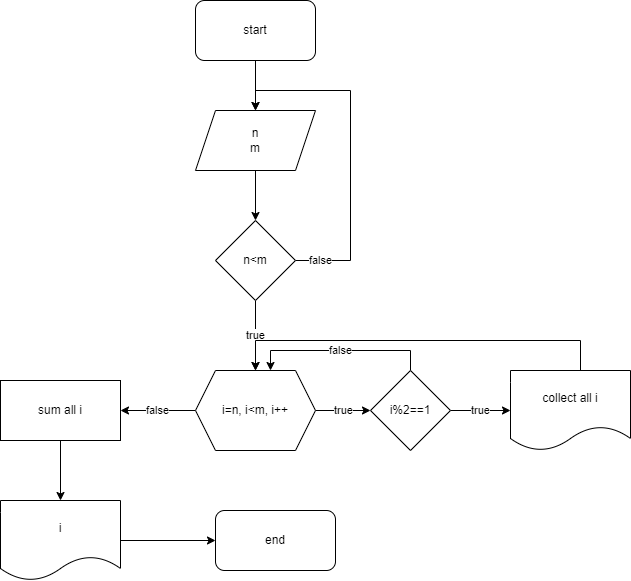
Before: Sum of i.png, a diagram exported from draw.io (rasulvh/Diagrams). Source tidied: cells renumbered, new cells last; positions are measured from the earlier drawing's top-left corner, leaving out a move shared by most shapes.
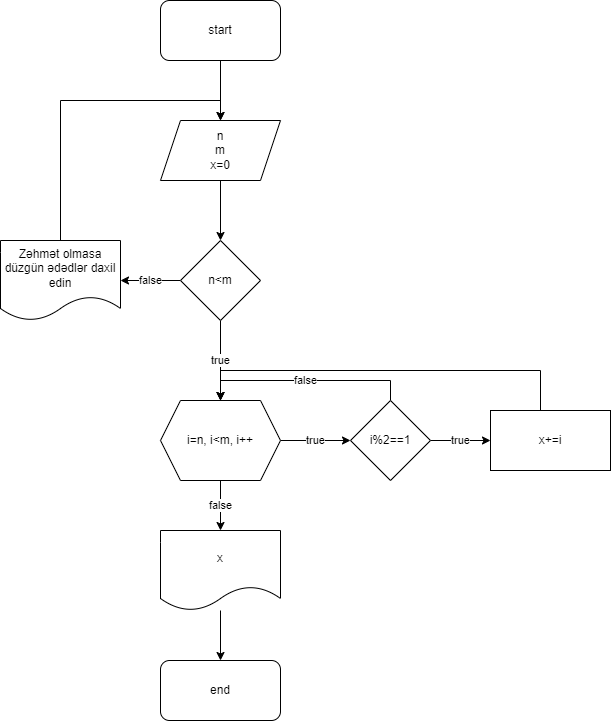
Later version of the same file.

The edit, as a diff of the source:
```diff
@@ -2,81 +2,80 @@
   <root>
     <mxCell id="0" />
     <mxCell id="1" parent="0" />
-    <mxCell id="2" style="edgeStyle=orthogonalEdgeStyle;rounded=0;jettySize=auto;html=1;" parent="1" edge="1" source="3" target="5">
-      <mxGeometry relative="1" as="geometry" />
-    </mxCell>
+    <mxCell id="22" style="edgeStyle=orthogonalEdgeStyle;rounded=0;jettySize=auto;html=1;" parent="1" edge="1" source="3" target="24">
+      <mxGeometry relative="1" as="geometry" />
+    </mxCell>
     <mxCell id="3" value="start" style="rounded=1;whiteSpace=wrap;html=1;" parent="1" vertex="1">
-      <mxGeometry x="195" width="120" height="60" as="geometry" />
+      <mxGeometry x="210" y="-180" width="120" height="60" as="geometry" />
     </mxCell>
-    <mxCell id="4" style="edgeStyle=orthogonalEdgeStyle;rounded=0;jettySize=auto;html=1;" parent="1" edge="1" source="5" target="8">
-      <mxGeometry relative="1" as="geometry" />
-    </mxCell>
-    <mxCell id="5" value="n&lt;br&gt;m" style="shape=parallelogram;perimeter=parallelogramPerimeter;whiteSpace=wrap;html=1;fixedSize=1;" parent="1" vertex="1">
-      <mxGeometry x="195" y="110" width="120" height="60" as="geometry" />
-    </mxCell>
-    <mxCell id="6" value="false" style="edgeStyle=orthogonalEdgeStyle;rounded=0;jettySize=auto;html=1;entryX=0.5;entryY=0;entryDx=0;entryDy=0;" parent="1" edge="1" source="8" target="5">
-      <mxGeometry x="-0.85" relative="1" as="geometry">
-        <Array as="points">
-          <mxPoint x="350" y="260" />
-          <mxPoint x="350" y="90" />
-          <mxPoint x="255" y="90" />
-        </Array>
-      </mxGeometry>
-    </mxCell>
+    <mxCell id="23" style="edgeStyle=orthogonalEdgeStyle;rounded=0;jettySize=auto;html=1;" parent="1" edge="1" source="24" target="8">
+      <mxGeometry relative="1" as="geometry" />
+    </mxCell>
+    <mxCell id="24" value="n&lt;br&gt;m&lt;br&gt;x=0" style="shape=parallelogram;perimeter=parallelogramPerimeter;whiteSpace=wrap;html=1;fixedSize=1;" parent="1" vertex="1">
+      <mxGeometry x="210" y="-60" width="120" height="60" as="geometry" />
+    </mxCell>
+    <mxCell id="25" value="false" style="edgeStyle=orthogonalEdgeStyle;rounded=0;jettySize=auto;html=1;" parent="1" edge="1" source="8" target="27">
+      <mxGeometry relative="1" as="geometry" />
+    </mxCell>
     <mxCell id="7" value="true" style="edgeStyle=orthogonalEdgeStyle;rounded=0;jettySize=auto;html=1;" parent="1" edge="1" source="8" target="11">
       <mxGeometry relative="1" as="geometry" />
     </mxCell>
     <mxCell id="8" value="n&amp;lt;m" style="rhombus;whiteSpace=wrap;html=1;" parent="1" vertex="1">
-      <mxGeometry x="215" y="220" width="80" height="80" as="geometry" />
+      <mxGeometry x="230" y="60" width="80" height="80" as="geometry" />
     </mxCell>
+    <mxCell id="26" style="edgeStyle=orthogonalEdgeStyle;rounded=0;jettySize=auto;html=1;entryX=0.5;entryY=0;entryDx=0;entryDy=0;" parent="1" edge="1" source="27" target="24">
+      <mxGeometry relative="1" as="geometry">
+        <Array as="points">
+          <mxPoint x="110" y="-80" />
+          <mxPoint x="270" y="-80" />
+        </Array>
+      </mxGeometry>
+    </mxCell>
+    <mxCell id="27" value="Zəhmət olmasa düzgün ədədlər daxil edin" style="shape=document;whiteSpace=wrap;html=1;boundedLbl=1;" parent="1" vertex="1">
+      <mxGeometry x="50" y="60" width="120" height="80" as="geometry" />
+    </mxCell>
     <mxCell id="9" value="true" style="edgeStyle=orthogonalEdgeStyle;rounded=0;jettySize=auto;html=1;" parent="1" edge="1" source="11" target="14">
       <mxGeometry relative="1" as="geometry" />
     </mxCell>
-    <mxCell id="10" value="false" style="edgeStyle=orthogonalEdgeStyle;rounded=0;jettySize=auto;html=1;" parent="1" edge="1" source="11" target="16">
-      <mxGeometry relative="1" as="geometry" />
-    </mxCell>
+    <mxCell id="28" value="false" style="edgeStyle=orthogonalEdgeStyle;rounded=0;jettySize=auto;html=1;" parent="1" edge="1" source="11" target="33">
+      <mxGeometry relative="1" as="geometry" />
+    </mxCell>
     <mxCell id="11" value="i=n, i&amp;lt;m, i++" style="shape=hexagon;perimeter=hexagonPerimeter2;whiteSpace=wrap;html=1;fixedSize=1;" parent="1" vertex="1">
-      <mxGeometry x="195" y="370" width="120" height="80" as="geometry" />
+      <mxGeometry x="210" y="220" width="120" height="80" as="geometry" />
     </mxCell>
-    <mxCell id="12" value="false" style="edgeStyle=orthogonalEdgeStyle;rounded=0;jettySize=auto;html=1;entryX=0.625;entryY=0;entryDx=0;entryDy=0;" parent="1" edge="1" source="14" target="11">
-      <mxGeometry relative="1" as="geometry">
-        <Array as="points">
-          <mxPoint x="410" y="350" />
-          <mxPoint x="270" y="350" />
-        </Array>
-      </mxGeometry>
-    </mxCell>
-    <mxCell id="13" value="true" style="edgeStyle=orthogonalEdgeStyle;rounded=0;jettySize=auto;html=1;" parent="1" edge="1" source="14" target="21">
-      <mxGeometry relative="1" as="geometry" />
-    </mxCell>
+    <mxCell id="6" value="false" style="edgeStyle=orthogonalEdgeStyle;rounded=0;jettySize=auto;html=1;entryX=0.5;entryY=0;entryDx=0;entryDy=0;" parent="1" edge="1" source="14" target="11">
+      <mxGeometry relative="1" as="geometry">
+        <Array as="points">
+          <mxPoint x="440" y="200" />
+          <mxPoint x="270" y="200" />
+        </Array>
+      </mxGeometry>
+    </mxCell>
+    <mxCell id="29" value="true" style="edgeStyle=orthogonalEdgeStyle;rounded=0;jettySize=auto;html=1;" parent="1" edge="1" source="14" target="31">
+      <mxGeometry relative="1" as="geometry" />
+    </mxCell>
     <mxCell id="14" value="i%2==1" style="rhombus;whiteSpace=wrap;html=1;" parent="1" vertex="1">
-      <mxGeometry x="370" y="370" width="80" height="80" as="geometry" />
+      <mxGeometry x="400" y="220" width="80" height="80" as="geometry" />
     </mxCell>
-    <mxCell id="15" style="edgeStyle=orthogonalEdgeStyle;rounded=0;jettySize=auto;html=1;" parent="1" edge="1" source="16" target="18">
-      <mxGeometry relative="1" as="geometry" />
-    </mxCell>
-    <mxCell id="16" value="sum all i" style="whiteSpace=wrap;html=1;" parent="1" vertex="1">
-      <mxGeometry y="380" width="120" height="60" as="geometry" />
-    </mxCell>
-    <mxCell id="17" style="edgeStyle=orthogonalEdgeStyle;rounded=0;jettySize=auto;html=1;" parent="1" edge="1" source="18" target="19">
-      <mxGeometry relative="1" as="geometry" />
-    </mxCell>
-    <mxCell id="18" value="i" style="shape=document;whiteSpace=wrap;html=1;boundedLbl=1;" parent="1" vertex="1">
-      <mxGeometry y="500" width="120" height="80" as="geometry" />
-    </mxCell>
+    <mxCell id="30" style="edgeStyle=orthogonalEdgeStyle;rounded=0;jettySize=auto;html=1;entryX=0.5;entryY=0;entryDx=0;entryDy=0;" parent="1" edge="1" source="31" target="11">
+      <mxGeometry relative="1" as="geometry">
+        <Array as="points">
+          <mxPoint x="590" y="190" />
+          <mxPoint x="270" y="190" />
+        </Array>
+      </mxGeometry>
+    </mxCell>
+    <mxCell id="31" value="x+=i" style="whiteSpace=wrap;html=1;" parent="1" vertex="1">
+      <mxGeometry x="540" y="230" width="120" height="60" as="geometry" />
+    </mxCell>
+    <mxCell id="32" style="edgeStyle=orthogonalEdgeStyle;rounded=0;jettySize=auto;html=1;" parent="1" edge="1" source="33" target="19">
+      <mxGeometry relative="1" as="geometry" />
+    </mxCell>
+    <mxCell id="33" value="x" style="shape=document;whiteSpace=wrap;html=1;boundedLbl=1;" parent="1" vertex="1">
+      <mxGeometry x="210" y="350" width="120" height="80" as="geometry" />
+    </mxCell>
     <mxCell id="19" value="end" style="rounded=1;whiteSpace=wrap;html=1;" parent="1" vertex="1">
-      <mxGeometry x="215" y="510" width="120" height="60" as="geometry" />
+      <mxGeometry x="210" y="480" width="120" height="60" as="geometry" />
     </mxCell>
-    <mxCell id="20" style="edgeStyle=orthogonalEdgeStyle;rounded=0;jettySize=auto;html=1;entryX=0.5;entryY=0;entryDx=0;entryDy=0;" parent="1" edge="1" source="21" target="11">
-      <mxGeometry relative="1" as="geometry">
-        <Array as="points">
-          <mxPoint x="580" y="340" />
-          <mxPoint x="255" y="340" />
-        </Array>
-      </mxGeometry>
-    </mxCell>
-    <mxCell id="21" value="collect all i" style="shape=document;whiteSpace=wrap;html=1;boundedLbl=1;" parent="1" vertex="1">
-      <mxGeometry x="510" y="370" width="120" height="80" as="geometry" />
-    </mxCell>
   </root>
 </mxGraphModel>
```
